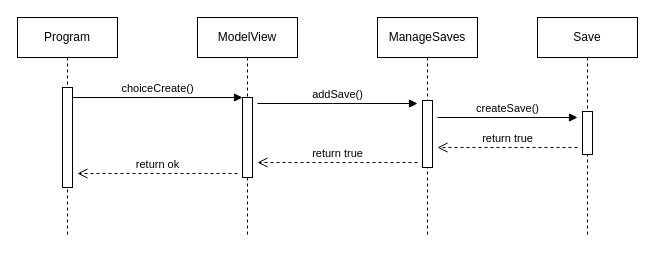
This is page "Seq-CreateSave" (3 of 4) of EazySave-Master/docs/Diagrammes/UML.drawio from Rudoni/EazySave, a draw.io file, before an edit. Source tidied: cells renumbered, new cells numbered last; positions are measured from the earlier drawing's top-left corner, leaving out a move shared by most shapes. Both pictures are drawn from the tidied source at 100%, with x=0, y=0 at pixel (17, 17).
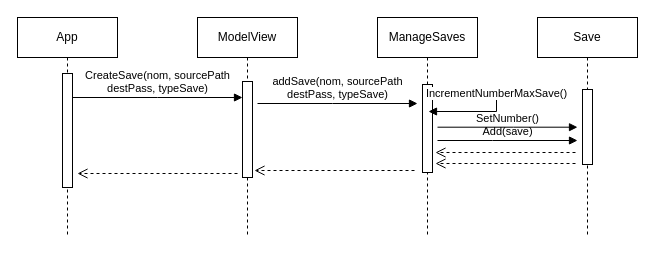
The same page after the edit.

Commit message (it also covers changes not shown here):
Add convert List to Json + Refont Classe Log + Add log to Save + Modification UML : Classe / Seq : CreateSave - RunSave

Unchanged cells that the change refers to:
```xml
<mxCell id="4" value="ModelView" style="shape=umlLifeline;perimeter=lifelinePerimeter;whiteSpace=wrap;html=1;newEdgeStyle={&quot;edgeStyle&quot;:&quot;elbowEdgeStyle&quot;,&quot;elbow&quot;:&quot;vertical&quot;,&quot;curved&quot;:0,&quot;rounded&quot;:0};" parent="1" vertex="1">
  <mxGeometry x="180" width="100" height="220" as="geometry" />
</mxCell>
<mxCell id="8" value="ManageSaves" style="shape=umlLifeline;perimeter=lifelinePerimeter;whiteSpace=wrap;html=1;newEdgeStyle={&quot;edgeStyle&quot;:&quot;elbowEdgeStyle&quot;,&quot;elbow&quot;:&quot;vertical&quot;,&quot;curved&quot;:0,&quot;rounded&quot;:0};" parent="1" vertex="1">
  <mxGeometry x="360" width="100" height="220" as="geometry" />
</mxCell>
<mxCell id="12" value="&lt;div&gt;Save&lt;/div&gt;" style="shape=umlLifeline;perimeter=lifelinePerimeter;whiteSpace=wrap;html=1;newEdgeStyle={&quot;edgeStyle&quot;:&quot;elbowEdgeStyle&quot;,&quot;elbow&quot;:&quot;vertical&quot;,&quot;curved&quot;:0,&quot;rounded&quot;:0};" parent="1" vertex="1">
  <mxGeometry x="520" width="100" height="220" as="geometry" />
</mxCell>
```

Change to the diagram source:
```diff
@@
-    <mxCell id="2" value="Program" style="shape=umlLifeline;perimeter=lifelinePerimeter;whiteSpace=wrap;html=1;newEdgeStyle={&quot;edgeStyle&quot;:&quot;elbowEdgeStyle&quot;,&quot;elbow&quot;:&quot;vertical&quot;,&quot;curved&quot;:0,&quot;rounded&quot;:0};" parent="1" vertex="1">
+    <mxCell id="2" value="App" style="shape=umlLifeline;perimeter=lifelinePerimeter;whiteSpace=wrap;html=1;newEdgeStyle={&quot;edgeStyle&quot;:&quot;elbowEdgeStyle&quot;,&quot;elbow&quot;:&quot;vertical&quot;,&quot;curved&quot;:0,&quot;rounded&quot;:0};" parent="1" vertex="1">
       <mxGeometry width="100" height="220" as="geometry" />
     </mxCell>
     <mxCell id="3" style="html=1;points=[];perimeter=orthogonalPerimeter;outlineConnect=0;targetShapes=umlLifeline;portConstraint=eastwest;newEdgeStyle={&quot;edgeStyle&quot;:&quot;elbowEdgeStyle&quot;,&quot;elbow&quot;:&quot;vertical&quot;,&quot;curved&quot;:0,&quot;rounded&quot;:0};" parent="2" vertex="1">
-      <mxGeometry x="45" y="70" width="10" height="100" as="geometry" />
+      <mxGeometry x="45" y="56" width="10" height="114" as="geometry" />
     </mxCell>
@@
     <mxCell id="5" style="html=1;points=[];perimeter=orthogonalPerimeter;outlineConnect=0;targetShapes=umlLifeline;portConstraint=eastwest;newEdgeStyle={&quot;edgeStyle&quot;:&quot;elbowEdgeStyle&quot;,&quot;elbow&quot;:&quot;vertical&quot;,&quot;curved&quot;:0,&quot;rounded&quot;:0};" parent="4" vertex="1">
-      <mxGeometry x="45" y="80" width="10" height="80" as="geometry" />
+      <mxGeometry x="45" y="64" width="10" height="96" as="geometry" />
     </mxCell>
-    <mxCell id="6" value="choiceCreate()" style="html=1;verticalAlign=bottom;endArrow=block;edgeStyle=elbowEdgeStyle;elbow=vertical;curved=0;rounded=0;" parent="1" edge="1" source="3" target="5">
+    <mxCell id="6" value="CreateSave(nom, sourcePath&lt;br&gt;destPass, typeSave)" style="html=1;verticalAlign=bottom;endArrow=block;edgeStyle=elbowEdgeStyle;elbow=horizontal;curved=0;rounded=0;" parent="1" edge="1" source="3" target="5">
       <mxGeometry relative="1" as="geometry">
         <Array as="points">
           <mxPoint x="140" y="80" />
         </Array>
       </mxGeometry>
     </mxCell>
-    <mxCell id="7" value="return true" style="html=1;verticalAlign=bottom;endArrow=open;dashed=1;endSize=8;edgeStyle=elbowEdgeStyle;elbow=vertical;curved=0;rounded=0;" parent="1" edge="1">
+    <mxCell id="7" style="html=1;verticalAlign=bottom;endArrow=open;dashed=1;endSize=8;edgeStyle=elbowEdgeStyle;elbow=vertical;curved=0;rounded=0;" parent="1" edge="1">
       <mxGeometry relative="1" as="geometry">
-        <mxPoint x="400" y="145" as="sourcePoint" />
-        <mxPoint x="240" y="145" as="targetPoint" />
+        <mxPoint x="397" y="153" as="sourcePoint" />
+        <mxPoint x="237" y="153" as="targetPoint" />
         <Array as="points">
-          <mxPoint x="325" y="145" />
+          <mxPoint x="322" y="153" />
         </Array>
       </mxGeometry>
     </mxCell>
@@
     <mxCell id="9" style="html=1;perimeter=orthogonalPerimeter;targetShapes=umlLifeline;newEdgeStyle={&quot;edgeStyle&quot;:&quot;elbowEdgeStyle&quot;,&quot;elbow&quot;:&quot;vertical&quot;,&quot;curved&quot;:0,&quot;rounded&quot;:0};" parent="8" vertex="1">
-      <mxGeometry x="45" y="83" width="10" height="67" as="geometry" />
+      <mxGeometry x="45" y="67" width="10" height="88" as="geometry" />
     </mxCell>
-    <mxCell id="10" value="addSave()" style="html=1;verticalAlign=bottom;endArrow=block;edgeStyle=elbowEdgeStyle;elbow=vertical;curved=0;rounded=0;" parent="1" edge="1">
+    <mxCell id="10" value="addSave(nom, sourcePath&lt;br style=&quot;border-color: var(--border-color);&quot;&gt;destPass, typeSave)" style="html=1;verticalAlign=bottom;endArrow=block;edgeStyle=elbowEdgeStyle;elbow=vertical;curved=0;rounded=0;" parent="1" edge="1">
       <mxGeometry relative="1" as="geometry">
         <mxPoint x="240" y="86" as="sourcePoint" />
         <mxPoint x="400" y="86" as="targetPoint" />
         <Array as="points">
           <mxPoint x="315" y="86" />
         </Array>
       </mxGeometry>
     </mxCell>
-    <mxCell id="11" value="return ok" style="html=1;verticalAlign=bottom;endArrow=open;dashed=1;endSize=8;edgeStyle=elbowEdgeStyle;elbow=vertical;curved=0;rounded=0;" parent="1" edge="1">
+    <mxCell id="11" style="html=1;verticalAlign=bottom;endArrow=open;dashed=1;endSize=8;edgeStyle=elbowEdgeStyle;elbow=vertical;curved=0;rounded=0;" parent="1" edge="1">
       <mxGeometry relative="1" as="geometry">
         <mxPoint x="220" y="156" as="sourcePoint" />
         <mxPoint x="60" y="156" as="targetPoint" />
         <Array as="points">
           <mxPoint x="145" y="156" />
         </Array>
       </mxGeometry>
     </mxCell>
@@
     <mxCell id="13" style="html=1;perimeter=orthogonalPerimeter;targetShapes=umlLifeline;newEdgeStyle={&quot;edgeStyle&quot;:&quot;elbowEdgeStyle&quot;,&quot;elbow&quot;:&quot;vertical&quot;,&quot;curved&quot;:0,&quot;rounded&quot;:0};" parent="12" vertex="1">
-      <mxGeometry x="45" y="94" width="10" height="43" as="geometry" />
+      <mxGeometry x="45" y="72" width="10" height="75" as="geometry" />
     </mxCell>
-    <mxCell id="14" value="createSave()" style="html=1;verticalAlign=bottom;endArrow=block;edgeStyle=elbowEdgeStyle;elbow=vertical;curved=0;rounded=0;" parent="1" edge="1">
+    <mxCell id="14" value="Add(save)" style="html=1;verticalAlign=bottom;endArrow=block;edgeStyle=elbowEdgeStyle;elbow=horizontal;curved=0;rounded=0;" parent="1" edge="1">
       <mxGeometry relative="1" as="geometry">
-        <mxPoint x="420" y="100" as="sourcePoint" />
-        <mxPoint x="560" y="100" as="targetPoint" />
+        <mxPoint x="420" y="123" as="sourcePoint" />
+        <mxPoint x="560" y="123" as="targetPoint" />
         <Array as="points">
-          <mxPoint x="475" y="100" />
+          <mxPoint x="475" y="123" />
         </Array>
       </mxGeometry>
     </mxCell>
-    <mxCell id="15" value="return true" style="html=1;verticalAlign=bottom;endArrow=open;dashed=1;endSize=8;edgeStyle=elbowEdgeStyle;elbow=vertical;curved=0;rounded=0;" parent="1" edge="1">
+    <mxCell id="15" style="html=1;verticalAlign=bottom;endArrow=open;dashed=1;endSize=8;edgeStyle=elbowEdgeStyle;elbow=horizontal;curved=0;rounded=0;" parent="1" edge="1">
       <mxGeometry relative="1" as="geometry">
-        <mxPoint x="560" y="130" as="sourcePoint" />
-        <mxPoint x="420" y="130" as="targetPoint" />
+        <mxPoint x="558" y="135" as="sourcePoint" />
+        <mxPoint x="418" y="135" as="targetPoint" />
         <Array as="points">
-          <mxPoint x="485" y="130" />
+          <mxPoint x="483" y="135" />
         </Array>
       </mxGeometry>
     </mxCell>
+    <mxCell id="16" value="SetNumber()" style="html=1;verticalAlign=bottom;endArrow=block;edgeStyle=elbowEdgeStyle;elbow=horizontal;curved=0;rounded=0;" parent="1" edge="1">
+      <mxGeometry relative="1" as="geometry">
+        <mxPoint x="420" y="109.7" as="sourcePoint" />
+        <mxPoint x="560" y="109.7" as="targetPoint" />
+        <Array as="points">
+          <mxPoint x="496" y="94.7" />
+        </Array>
+      </mxGeometry>
+    </mxCell>
+    <mxCell id="17" value="IncrementNumberMaxSave()" style="html=1;verticalAlign=bottom;endArrow=block;edgeStyle=elbowEdgeStyle;elbow=horizontal;curved=0;rounded=0;" parent="1" edge="1">
+      <mxGeometry relative="1" as="geometry">
+        <mxPoint x="416" y="70" as="sourcePoint" />
+        <mxPoint x="411" y="94" as="targetPoint" />
+        <Array as="points">
+          <mxPoint x="479" y="17" />
+        </Array>
+      </mxGeometry>
+    </mxCell>
+    <mxCell id="18" style="html=1;verticalAlign=bottom;endArrow=open;dashed=1;endSize=8;edgeStyle=elbowEdgeStyle;elbow=horizontal;curved=0;rounded=0;" parent="1" edge="1">
+      <mxGeometry relative="1" as="geometry">
+        <mxPoint x="558" y="146" as="sourcePoint" />
+        <mxPoint x="418" y="146" as="targetPoint" />
+        <Array as="points">
+          <mxPoint x="483" y="146" />
+        </Array>
+      </mxGeometry>
+    </mxCell>
```
